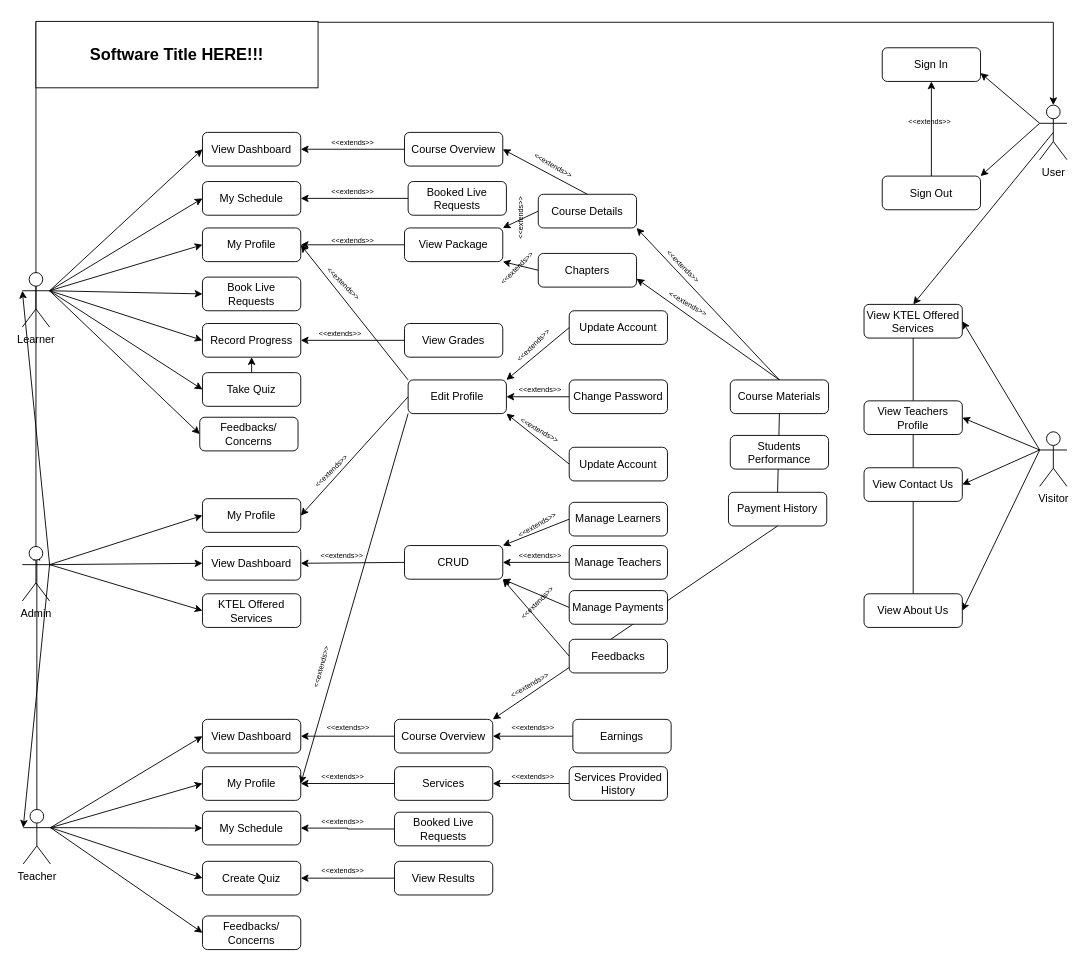
Nashciong/JavaCodes keeps this draw.io diagram as page "Use Case Diagram" (11 of 11) of Untitled Diagram.drawio. Above is the earlier version. Source tidied: cells renumbered, new cells numbered last; positions are measured from the earlier drawing's top-left corner, leaving out a move shared by most shapes. Both pictures are drawn from the tidied source at 91%, with x=0, y=0 at pixel (22, 21).
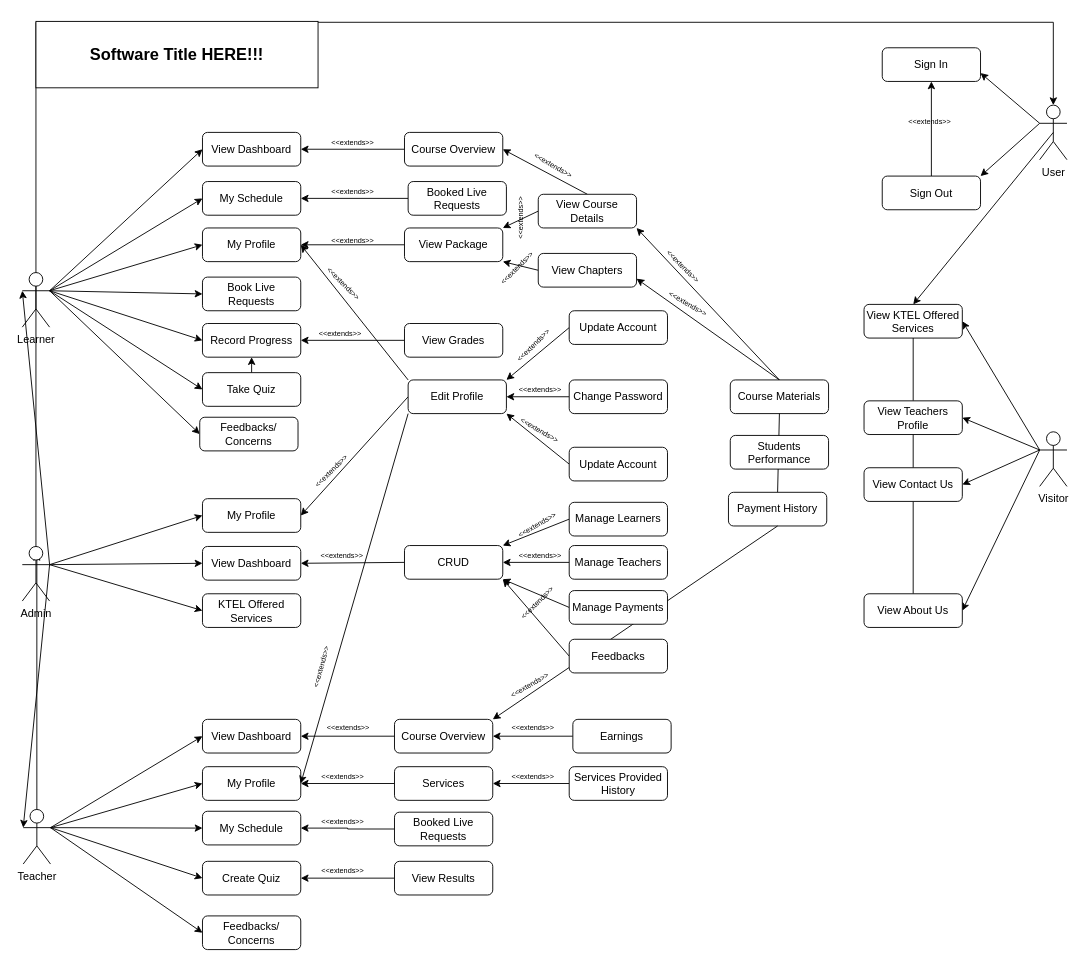
The same diagram, later.

Commit message:
Updated Use Case Diagram Again

What changed in the source:
```diff
@@
-    <mxCell id="104" value="Course Details" style="rounded=1;whiteSpace=wrap;html=1;" parent="1" vertex="1">
+    <mxCell id="104" value="View Course Details" style="rounded=1;whiteSpace=wrap;html=1;" parent="1" vertex="1">
       <mxGeometry x="567" y="190" width="108" height="37" as="geometry" />
     </mxCell>
@@
-    <mxCell id="106" value="Chapters" style="rounded=1;whiteSpace=wrap;html=1;" parent="1" vertex="1">
+    <mxCell id="106" value="View Chapters" style="rounded=1;whiteSpace=wrap;html=1;" parent="1" vertex="1">
       <mxGeometry x="567" y="255" width="108" height="37" as="geometry" />
     </mxCell>
```
